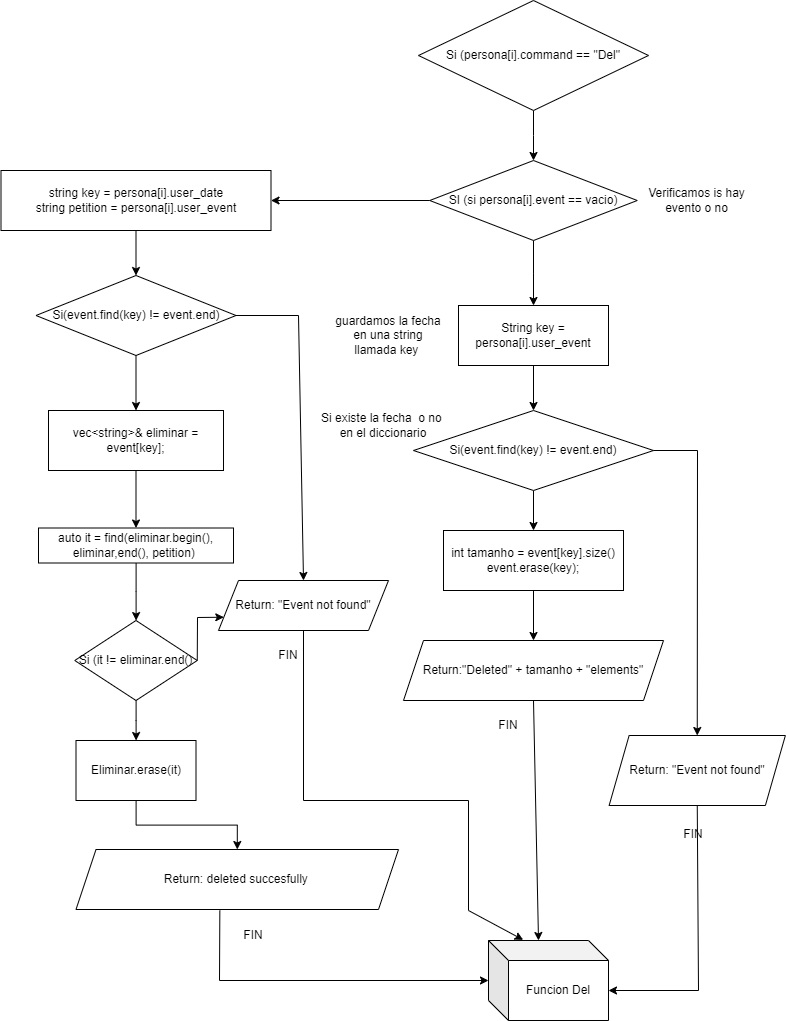
This is Documentation/Funcion Del.drawio.png from AlfredoZC/Data_Base, a draw.io export, as it was before one commit. Source tidied: cells renumbered, new cells last; positions are measured from the earlier drawing's top-left corner, leaving out a move shared by most shapes.
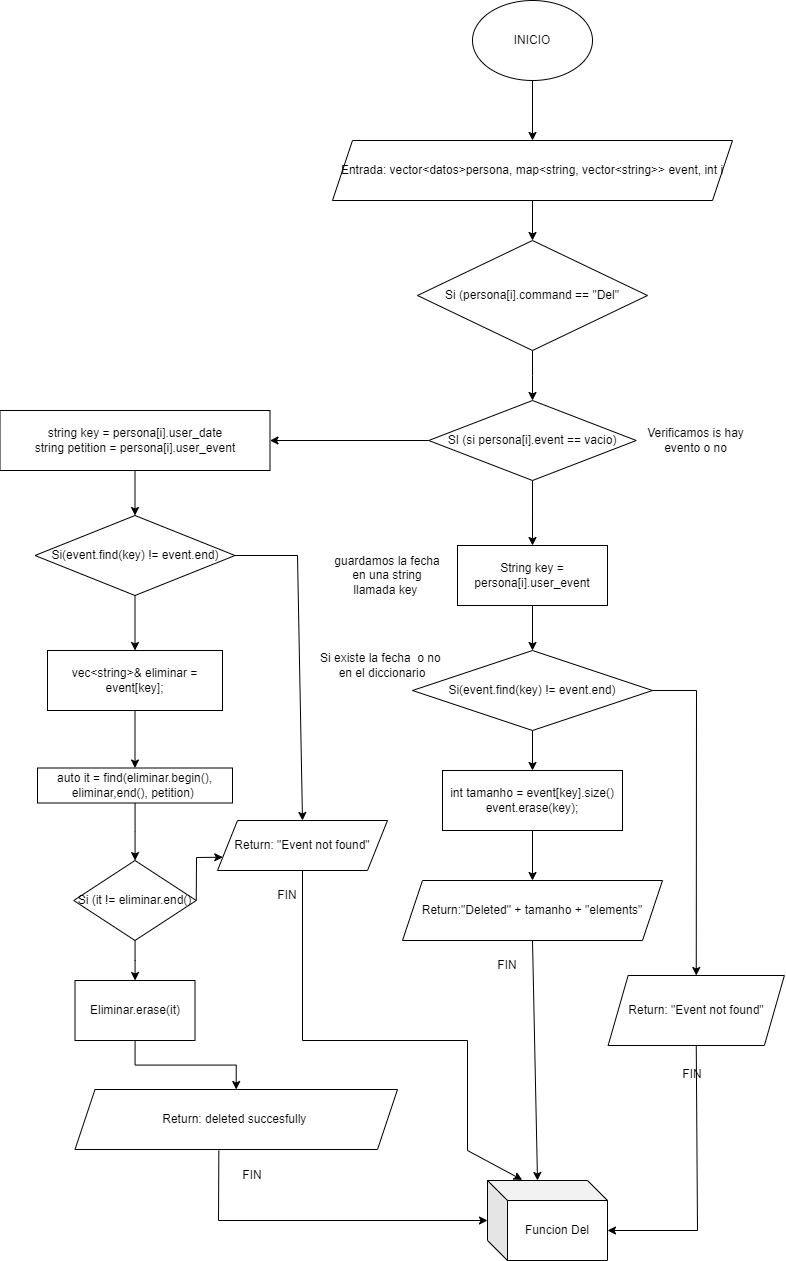
Later version of the same file.

What changed in the source:
```diff
@@ -154,5 +154,17 @@
         </Array>
       </mxGeometry>
     </mxCell>
+    <mxCell id="44" style="edgeStyle=orthogonalEdgeStyle;rounded=0;jettySize=auto;html=1;" parent="1" edge="1" source="45" target="47">
+      <mxGeometry relative="1" as="geometry" />
+    </mxCell>
+    <mxCell id="45" value="INICIO" style="ellipse;whiteSpace=wrap;html=1;" parent="1" vertex="1">
+      <mxGeometry x="473" y="-240" width="120" height="80" as="geometry" />
+    </mxCell>
+    <mxCell id="46" style="edgeStyle=orthogonalEdgeStyle;rounded=0;jettySize=auto;html=1;" parent="1" edge="1" source="47" target="3">
+      <mxGeometry relative="1" as="geometry" />
+    </mxCell>
+    <mxCell id="47" value="Entrada: vector&amp;lt;datos&amp;gt;persona, map&amp;lt;string, vector&amp;lt;string&amp;gt;&amp;gt; event, int i" style="shape=parallelogram;perimeter=parallelogramPerimeter;whiteSpace=wrap;html=1;fixedSize=1;" parent="1" vertex="1">
+      <mxGeometry x="333" y="-100" width="400" height="60" as="geometry" />
+    </mxCell>
   </root>
 </mxGraphModel>
```
